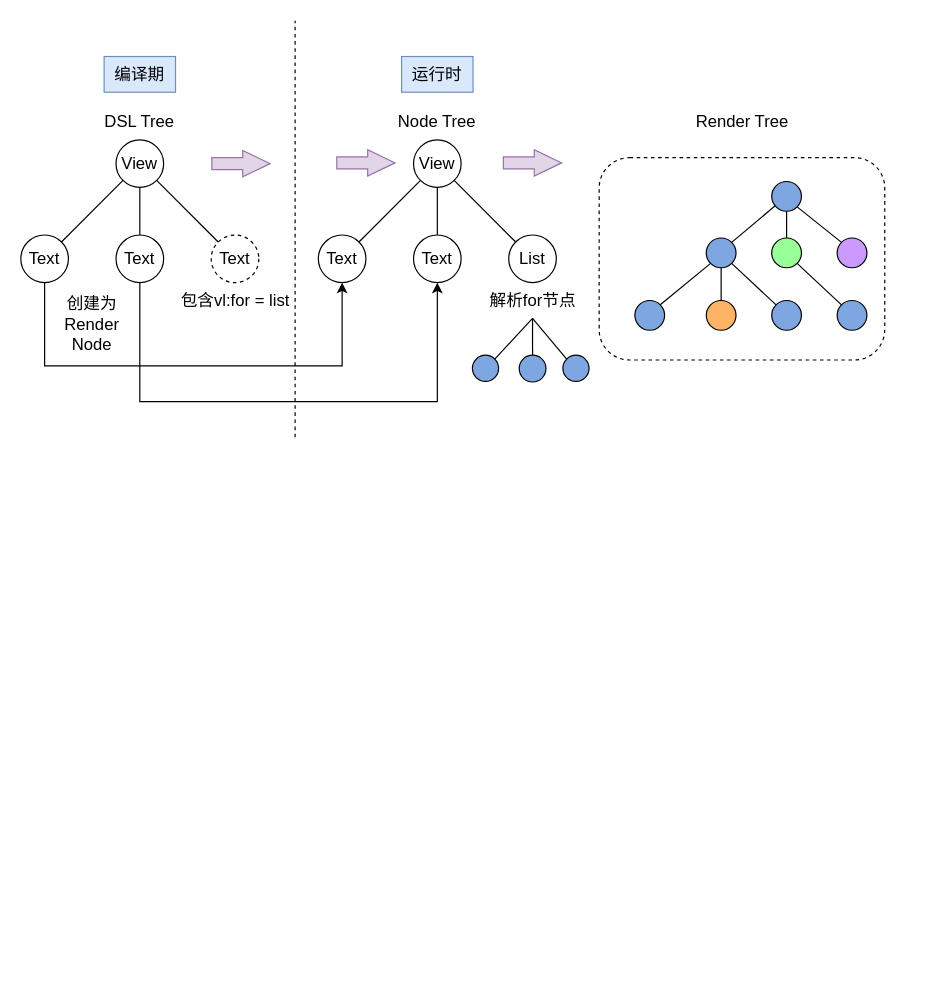
Earlier version of the draw.io diagram page "第 1 页" (1 of 2) of FS/未命名绘图.drawio (zqy0917/C_DR_Learn). Source tidied: cells renumbered, new cells numbered last; positions are measured from the earlier drawing's top-left corner, leaving out a move shared by most shapes. Both pictures are drawn from the tidied source at 119%, with x=0, y=0 at pixel (20, 20).
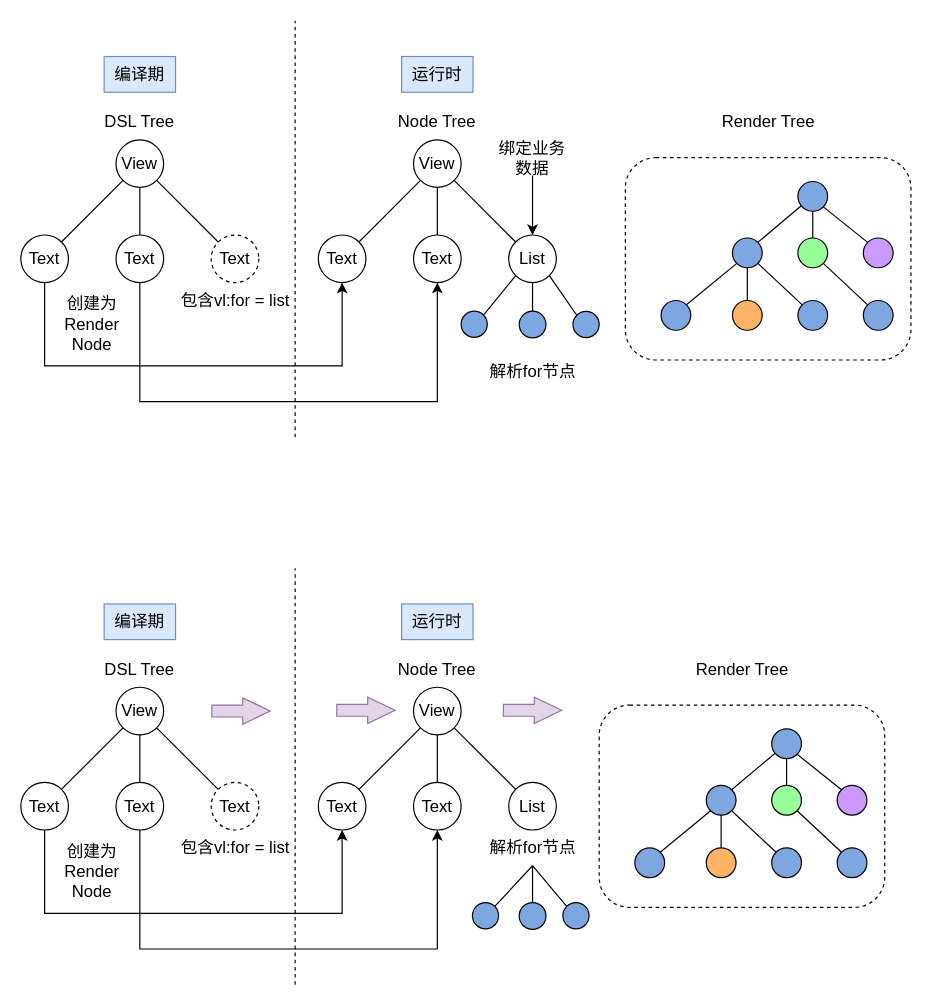
After the change.

Commit message (it also covers changes not shown here):
更新未命名绘图.drawio

Unchanged cells that the change refers to:
```xml
<mxCell id="29" value="List" style="ellipse;whiteSpace=wrap;html=1;fontSize=14;" parent="1" vertex="1">
  <mxGeometry x="410" y="180" width="40" height="40" as="geometry" />
</mxCell>
```

Change to the diagram source:
```diff
@@
     <mxCell id="2" style="rounded=1;whiteSpace=wrap;html=1;shadow=0;dashed=1;" parent="1" vertex="1">
-      <mxGeometry x="486" y="115" width="240" height="170" as="geometry" />
+      <mxGeometry x="508" y="115" width="240" height="170" as="geometry" />
     </mxCell>
@@
     <mxCell id="10" style="ellipse;whiteSpace=wrap;html=1;fillColor=#7EA6E0;" parent="1" vertex="1">
-      <mxGeometry x="631" y="135" width="25" height="25" as="geometry" />
+      <mxGeometry x="653" y="135" width="25" height="25" as="geometry" />
     </mxCell>
     <mxCell id="11" style="ellipse;whiteSpace=wrap;html=1;fillColor=#7EA6E0;" parent="1" vertex="1">
-      <mxGeometry x="576" y="182.5" width="25" height="25" as="geometry" />
+      <mxGeometry x="598" y="182.5" width="25" height="25" as="geometry" />
     </mxCell>
@@
     <mxCell id="13" style="ellipse;whiteSpace=wrap;html=1;fillColor=#99FF99;" parent="1" vertex="1">
-      <mxGeometry x="631" y="182.5" width="25" height="25" as="geometry" />
+      <mxGeometry x="653" y="182.5" width="25" height="25" as="geometry" />
     </mxCell>
     <mxCell id="14" style="ellipse;whiteSpace=wrap;html=1;fillColor=#CC99FF;" parent="1" vertex="1">
-      <mxGeometry x="686" y="182.5" width="25" height="25" as="geometry" />
+      <mxGeometry x="708" y="182.5" width="25" height="25" as="geometry" />
     </mxCell>
@@
     <mxCell id="17" style="ellipse;whiteSpace=wrap;html=1;fillColor=#7EA6E0;" parent="1" vertex="1">
-      <mxGeometry x="516" y="235" width="25" height="25" as="geometry" />
+      <mxGeometry x="538" y="235" width="25" height="25" as="geometry" />
     </mxCell>
     <mxCell id="18" style="ellipse;whiteSpace=wrap;html=1;fillColor=#FFB366;" parent="1" vertex="1">
-      <mxGeometry x="576" y="235" width="25" height="25" as="geometry" />
+      <mxGeometry x="598" y="235" width="25" height="25" as="geometry" />
     </mxCell>
     <mxCell id="19" style="ellipse;whiteSpace=wrap;html=1;fillColor=#7EA6E0;" parent="1" vertex="1">
-      <mxGeometry x="631" y="235" width="25" height="25" as="geometry" />
+      <mxGeometry x="653" y="235" width="25" height="25" as="geometry" />
     </mxCell>
     <mxCell id="20" style="ellipse;whiteSpace=wrap;html=1;fillColor=#7EA6E0;" parent="1" vertex="1">
-      <mxGeometry x="686" y="235" width="25" height="25" as="geometry" />
+      <mxGeometry x="708" y="235" width="25" height="25" as="geometry" />
     </mxCell>
@@
     <mxCell id="38" value="解析for节点" style="text;html=1;strokeColor=none;fillColor=none;align=center;verticalAlign=middle;whiteSpace=wrap;rounded=0;fontSize=14;" parent="1" vertex="1">
-      <mxGeometry x="379.5" y="220" width="101" height="30" as="geometry" />
+      <mxGeometry x="380" y="280" width="101" height="30" as="geometry" />
     </mxCell>
     <mxCell id="39" value="Render Tree" style="text;html=1;strokeColor=none;fillColor=none;align=center;verticalAlign=middle;whiteSpace=wrap;rounded=0;fontSize=14;" parent="1" vertex="1">
-      <mxGeometry x="563.5" y="70" width="85" height="30" as="geometry" />
+      <mxGeometry x="585.5" y="70" width="85" height="30" as="geometry" />
     </mxCell>
@@
-    <mxCell id="43" style="shape=flexArrow;endArrow=classic;html=1;rounded=0;fontSize=14;endWidth=11.11111111111111;endSize=7.344444444444445;fillColor=#e1d5e7;strokeColor=#9673a6;" parent="1" edge="1">
-      <mxGeometry relative="1" as="geometry">
-        <mxPoint x="160" y="120" as="sourcePoint" />
-        <mxPoint x="210" y="120" as="targetPoint" />
-      </mxGeometry>
-    </mxCell>
-    <mxCell id="44" style="shape=flexArrow;endArrow=classic;html=1;rounded=0;fontSize=14;endWidth=11.11111111111111;endSize=7.344444444444445;fillColor=#e1d5e7;strokeColor=#9673a6;" parent="1" edge="1">
-      <mxGeometry relative="1" as="geometry">
-        <mxPoint x="405" y="119.4" as="sourcePoint" />
-        <mxPoint x="455" y="119.4" as="targetPoint" />
-      </mxGeometry>
-    </mxCell>
-    <mxCell id="45" style="shape=flexArrow;endArrow=classic;html=1;rounded=0;fontSize=14;endWidth=11.11111111111111;endSize=7.344444444444445;fillColor=#e1d5e7;strokeColor=#9673a6;" parent="1" edge="1">
-      <mxGeometry relative="1" as="geometry">
-        <mxPoint x="265" y="119.4" as="sourcePoint" />
-        <mxPoint x="315" y="119.4" as="targetPoint" />
-      </mxGeometry>
-    </mxCell>
     <mxCell id="46" style="ellipse;whiteSpace=wrap;html=1;fillColor=#7EA6E0;" parent="1" vertex="1">
-      <mxGeometry x="418.8" y="281" width="22.5" height="22.5" as="geometry" />
+      <mxGeometry x="418.8" y="244" width="22.5" height="22.5" as="geometry" />
     </mxCell>
     <mxCell id="47" style="ellipse;whiteSpace=wrap;html=1;fillColor=#7EA6E0;" parent="1" vertex="1">
-      <mxGeometry x="379.5" y="281" width="22" height="22" as="geometry" />
+      <mxGeometry x="370" y="244" width="22" height="22" as="geometry" />
     </mxCell>
     <mxCell id="48" style="ellipse;whiteSpace=wrap;html=1;fillColor=#7EA6E0;" parent="1" vertex="1">
-      <mxGeometry x="455.5" y="281" width="22" height="22" as="geometry" />
+      <mxGeometry x="464" y="244.2" width="22" height="22" as="geometry" />
     </mxCell>
-    <mxCell id="49" style="endArrow=none;html=1;rounded=0;fontSize=14;exitX=1;exitY=0;exitDx=0;exitDy=0;" parent="1" edge="1" source="47">
-      <mxGeometry relative="1" as="geometry">
-        <mxPoint x="430" y="250" as="targetPoint" />
-      </mxGeometry>
+    <mxCell id="49" style="endArrow=none;html=1;rounded=0;fontSize=14;entryX=0;entryY=1;entryDx=0;entryDy=0;exitX=1;exitY=0;exitDx=0;exitDy=0;" parent="1" edge="1" source="47" target="29">
+      <mxGeometry relative="1" as="geometry" />
     </mxCell>
-    <mxCell id="50" style="endArrow=none;html=1;rounded=0;fontSize=14;exitX=0.5;exitY=0;exitDx=0;exitDy=0;entryX=0.5;entryY=1;entryDx=0;entryDy=0;" parent="1" edge="1" source="46" target="38">
+    <mxCell id="50" style="endArrow=none;html=1;rounded=0;fontSize=14;exitX=0.5;exitY=0;exitDx=0;exitDy=0;entryX=0.5;entryY=1;entryDx=0;entryDy=0;" parent="1" edge="1" source="46" target="29">
       <mxGeometry relative="1" as="geometry" />
     </mxCell>
-    <mxCell id="51" style="endArrow=none;html=1;rounded=0;fontSize=14;exitX=0;exitY=0;exitDx=0;exitDy=0;entryX=0.5;entryY=1;entryDx=0;entryDy=0;" parent="1" edge="1" source="48" target="38">
+    <mxCell id="51" style="endArrow=none;html=1;rounded=0;fontSize=14;exitX=0;exitY=0;exitDx=0;exitDy=0;entryX=1;entryY=1;entryDx=0;entryDy=0;" parent="1" edge="1" source="48" target="29">
       <mxGeometry relative="1" as="geometry" />
     </mxCell>
+    <mxCell id="52" style="rounded=1;whiteSpace=wrap;html=1;shadow=0;dashed=1;" parent="1" vertex="1">
+      <mxGeometry x="486" y="575" width="240" height="170" as="geometry" />
+    </mxCell>
+    <mxCell id="53" value="View" style="ellipse;whiteSpace=wrap;html=1;fontSize=14;" parent="1" vertex="1">
+      <mxGeometry x="80" y="560" width="40" height="40" as="geometry" />
+    </mxCell>
+    <mxCell id="54" value="Text" style="ellipse;whiteSpace=wrap;html=1;fontSize=14;" parent="1" vertex="1">
+      <mxGeometry y="640" width="40" height="40" as="geometry" />
+    </mxCell>
+    <mxCell id="55" style="endArrow=none;html=1;rounded=0;exitX=1;exitY=0;exitDx=0;exitDy=0;" parent="1" edge="1" source="54" target="53">
+      <mxGeometry relative="1" as="geometry" />
+    </mxCell>
+    <mxCell id="56" value="Text" style="ellipse;whiteSpace=wrap;html=1;fontSize=14;" parent="1" vertex="1">
+      <mxGeometry x="80" y="640" width="40" height="40" as="geometry" />
+    </mxCell>
+    <mxCell id="57" value="Text" style="ellipse;whiteSpace=wrap;html=1;fontSize=14;dashed=1;" parent="1" vertex="1">
+      <mxGeometry x="160" y="640" width="40" height="40" as="geometry" />
+    </mxCell>
+    <mxCell id="58" style="endArrow=none;html=1;rounded=0;entryX=0.5;entryY=1;entryDx=0;entryDy=0;" parent="1" edge="1" source="56" target="53">
+      <mxGeometry relative="1" as="geometry" />
+    </mxCell>
+    <mxCell id="59" style="endArrow=none;html=1;rounded=0;exitX=1;exitY=1;exitDx=0;exitDy=0;entryX=0;entryY=0;entryDx=0;entryDy=0;" parent="1" edge="1" source="53" target="57">
+      <mxGeometry relative="1" as="geometry" />
+    </mxCell>
+    <mxCell id="60" style="ellipse;whiteSpace=wrap;html=1;fillColor=#7EA6E0;" parent="1" vertex="1">
+      <mxGeometry x="631" y="595" width="25" height="25" as="geometry" />
+    </mxCell>
+    <mxCell id="61" style="ellipse;whiteSpace=wrap;html=1;fillColor=#7EA6E0;" parent="1" vertex="1">
+      <mxGeometry x="576" y="642.5" width="25" height="25" as="geometry" />
+    </mxCell>
+    <mxCell id="62" style="endArrow=none;html=1;rounded=0;exitX=1;exitY=0;exitDx=0;exitDy=0;" parent="1" edge="1" source="61" target="60">
+      <mxGeometry relative="1" as="geometry" />
+    </mxCell>
+    <mxCell id="63" style="ellipse;whiteSpace=wrap;html=1;fillColor=#99FF99;" parent="1" vertex="1">
+      <mxGeometry x="631" y="642.5" width="25" height="25" as="geometry" />
+    </mxCell>
+    <mxCell id="64" style="ellipse;whiteSpace=wrap;html=1;fillColor=#CC99FF;" parent="1" vertex="1">
+      <mxGeometry x="686" y="642.5" width="25" height="25" as="geometry" />
+    </mxCell>
+    <mxCell id="65" style="endArrow=none;html=1;rounded=0;entryX=0.5;entryY=1;entryDx=0;entryDy=0;" parent="1" edge="1" source="63" target="60">
+      <mxGeometry relative="1" as="geometry" />
+    </mxCell>
+    <mxCell id="66" style="endArrow=none;html=1;rounded=0;exitX=1;exitY=1;exitDx=0;exitDy=0;entryX=0;entryY=0;entryDx=0;entryDy=0;" parent="1" edge="1" source="60" target="64">
+      <mxGeometry relative="1" as="geometry" />
+    </mxCell>
+    <mxCell id="67" style="ellipse;whiteSpace=wrap;html=1;fillColor=#7EA6E0;" parent="1" vertex="1">
+      <mxGeometry x="516" y="695" width="25" height="25" as="geometry" />
+    </mxCell>
+    <mxCell id="68" style="ellipse;whiteSpace=wrap;html=1;fillColor=#FFB366;" parent="1" vertex="1">
+      <mxGeometry x="576" y="695" width="25" height="25" as="geometry" />
+    </mxCell>
+    <mxCell id="69" style="ellipse;whiteSpace=wrap;html=1;fillColor=#7EA6E0;" parent="1" vertex="1">
+      <mxGeometry x="631" y="695" width="25" height="25" as="geometry" />
+    </mxCell>
+    <mxCell id="70" style="ellipse;whiteSpace=wrap;html=1;fillColor=#7EA6E0;" parent="1" vertex="1">
+      <mxGeometry x="686" y="695" width="25" height="25" as="geometry" />
+    </mxCell>
+    <mxCell id="71" style="endArrow=none;html=1;rounded=0;exitX=1;exitY=0;exitDx=0;exitDy=0;entryX=0;entryY=1;entryDx=0;entryDy=0;" parent="1" edge="1" source="67" target="61">
+      <mxGeometry relative="1" as="geometry" />
+    </mxCell>
+    <mxCell id="72" style="endArrow=none;html=1;rounded=0;entryX=0.5;entryY=1;entryDx=0;entryDy=0;exitX=0.5;exitY=0;exitDx=0;exitDy=0;" parent="1" edge="1" source="68" target="61">
+      <mxGeometry relative="1" as="geometry" />
+    </mxCell>
+    <mxCell id="73" style="endArrow=none;html=1;rounded=0;exitX=1;exitY=1;exitDx=0;exitDy=0;entryX=0;entryY=0;entryDx=0;entryDy=0;" parent="1" edge="1" source="61" target="69">
+      <mxGeometry relative="1" as="geometry" />
+    </mxCell>
+    <mxCell id="74" style="endArrow=none;html=1;rounded=0;entryX=1;entryY=1;entryDx=0;entryDy=0;exitX=0;exitY=0;exitDx=0;exitDy=0;" parent="1" edge="1" source="70" target="63">
+      <mxGeometry relative="1" as="geometry" />
+    </mxCell>
+    <mxCell id="75" value="View" style="ellipse;whiteSpace=wrap;html=1;fontSize=14;" parent="1" vertex="1">
+      <mxGeometry x="330" y="560" width="40" height="40" as="geometry" />
+    </mxCell>
+    <mxCell id="76" value="Text" style="ellipse;whiteSpace=wrap;html=1;fontSize=14;" parent="1" vertex="1">
+      <mxGeometry x="250" y="640" width="40" height="40" as="geometry" />
+    </mxCell>
+    <mxCell id="77" style="endArrow=none;html=1;rounded=0;exitX=1;exitY=0;exitDx=0;exitDy=0;" parent="1" edge="1" source="76" target="75">
+      <mxGeometry relative="1" as="geometry" />
+    </mxCell>
+    <mxCell id="78" value="Text" style="ellipse;whiteSpace=wrap;html=1;fontSize=14;" parent="1" vertex="1">
+      <mxGeometry x="330" y="640" width="40" height="40" as="geometry" />
+    </mxCell>
+    <mxCell id="79" value="List" style="ellipse;whiteSpace=wrap;html=1;fontSize=14;" parent="1" vertex="1">
+      <mxGeometry x="410" y="640" width="40" height="40" as="geometry" />
+    </mxCell>
+    <mxCell id="80" style="endArrow=none;html=1;rounded=0;entryX=0.5;entryY=1;entryDx=0;entryDy=0;" parent="1" edge="1" source="78" target="75">
+      <mxGeometry relative="1" as="geometry" />
+    </mxCell>
+    <mxCell id="81" style="endArrow=none;html=1;rounded=0;exitX=1;exitY=1;exitDx=0;exitDy=0;entryX=0;entryY=0;entryDx=0;entryDy=0;" parent="1" edge="1" source="75" target="79">
+      <mxGeometry relative="1" as="geometry" />
+    </mxCell>
+    <mxCell id="82" style="endArrow=classic;html=1;rounded=0;fontSize=14;exitX=0.5;exitY=1;exitDx=0;exitDy=0;entryX=0.5;entryY=1;entryDx=0;entryDy=0;" parent="1" edge="1" source="56" target="78">
+      <mxGeometry relative="1" as="geometry">
+        <Array as="points">
+          <mxPoint x="100" y="780" />
+          <mxPoint x="210" y="780" />
+          <mxPoint x="320" y="780" />
+          <mxPoint x="350" y="780" />
+        </Array>
+      </mxGeometry>
+    </mxCell>
+    <mxCell id="83" style="endArrow=classic;html=1;rounded=0;fontSize=14;exitX=0.5;exitY=1;exitDx=0;exitDy=0;entryX=0.5;entryY=1;entryDx=0;entryDy=0;" parent="1" edge="1" source="54" target="76">
+      <mxGeometry relative="1" as="geometry">
+        <Array as="points">
+          <mxPoint x="20" y="750" />
+          <mxPoint x="130" y="750" />
+          <mxPoint x="240" y="750" />
+          <mxPoint x="270" y="750" />
+        </Array>
+      </mxGeometry>
+    </mxCell>
+    <mxCell id="84" value="创建为Render Node" style="text;html=1;strokeColor=none;fillColor=none;align=center;verticalAlign=middle;whiteSpace=wrap;rounded=0;fontSize=14;" parent="1" vertex="1">
+      <mxGeometry x="30" y="700" width="60" height="30" as="geometry" />
+    </mxCell>
+    <mxCell id="85" value="包含vl:for = list" style="text;html=1;strokeColor=none;fillColor=none;align=center;verticalAlign=middle;whiteSpace=wrap;rounded=0;fontSize=14;" parent="1" vertex="1">
+      <mxGeometry x="129.5" y="680" width="101" height="30" as="geometry" />
+    </mxCell>
+    <mxCell id="86" value="DSL Tree" style="text;html=1;strokeColor=none;fillColor=none;align=center;verticalAlign=middle;whiteSpace=wrap;rounded=0;fontSize=14;" parent="1" vertex="1">
+      <mxGeometry x="60" y="530" width="80" height="30" as="geometry" />
+    </mxCell>
+    <mxCell id="87" value="Node Tree" style="text;html=1;strokeColor=none;fillColor=none;align=center;verticalAlign=middle;whiteSpace=wrap;rounded=0;fontSize=14;" parent="1" vertex="1">
+      <mxGeometry x="315" y="530" width="70" height="30" as="geometry" />
+    </mxCell>
+    <mxCell id="88" value="解析for节点" style="text;html=1;strokeColor=none;fillColor=none;align=center;verticalAlign=middle;whiteSpace=wrap;rounded=0;fontSize=14;" parent="1" vertex="1">
+      <mxGeometry x="379.5" y="680" width="101" height="30" as="geometry" />
+    </mxCell>
+    <mxCell id="89" value="Render Tree" style="text;html=1;strokeColor=none;fillColor=none;align=center;verticalAlign=middle;whiteSpace=wrap;rounded=0;fontSize=14;" parent="1" vertex="1">
+      <mxGeometry x="563.5" y="530" width="85" height="30" as="geometry" />
+    </mxCell>
+    <mxCell id="90" style="endArrow=none;dashed=1;html=1;rounded=0;fontSize=14;" parent="1" edge="1">
+      <mxGeometry relative="1" as="geometry">
+        <mxPoint x="230.5" y="810" as="sourcePoint" />
+        <mxPoint x="230.5" y="460" as="targetPoint" />
+      </mxGeometry>
+    </mxCell>
+    <mxCell id="91" value="编译期" style="text;html=1;strokeColor=#6c8ebf;fillColor=#dae8fc;align=center;verticalAlign=middle;whiteSpace=wrap;rounded=0;fontSize=14;" parent="1" vertex="1">
+      <mxGeometry x="70" y="490" width="60" height="30" as="geometry" />
+    </mxCell>
+    <mxCell id="92" value="运行时" style="text;html=1;strokeColor=#6c8ebf;fillColor=#dae8fc;align=center;verticalAlign=middle;whiteSpace=wrap;rounded=0;fontSize=14;" parent="1" vertex="1">
+      <mxGeometry x="320" y="490" width="60" height="30" as="geometry" />
+    </mxCell>
+    <mxCell id="93" style="shape=flexArrow;endArrow=classic;html=1;rounded=0;fontSize=14;endWidth=11.11111111111111;endSize=7.344444444444445;fillColor=#e1d5e7;strokeColor=#9673a6;" parent="1" edge="1">
+      <mxGeometry relative="1" as="geometry">
+        <mxPoint x="160" y="580" as="sourcePoint" />
+        <mxPoint x="210" y="580" as="targetPoint" />
+      </mxGeometry>
+    </mxCell>
+    <mxCell id="94" style="shape=flexArrow;endArrow=classic;html=1;rounded=0;fontSize=14;endWidth=11.11111111111111;endSize=7.344444444444445;fillColor=#e1d5e7;strokeColor=#9673a6;" parent="1" edge="1">
+      <mxGeometry relative="1" as="geometry">
+        <mxPoint x="405" y="579.4" as="sourcePoint" />
+        <mxPoint x="455" y="579.4" as="targetPoint" />
+      </mxGeometry>
+    </mxCell>
+    <mxCell id="95" style="shape=flexArrow;endArrow=classic;html=1;rounded=0;fontSize=14;endWidth=11.11111111111111;endSize=7.344444444444445;fillColor=#e1d5e7;strokeColor=#9673a6;" parent="1" edge="1">
+      <mxGeometry relative="1" as="geometry">
+        <mxPoint x="265" y="579.4" as="sourcePoint" />
+        <mxPoint x="315" y="579.4" as="targetPoint" />
+      </mxGeometry>
+    </mxCell>
+    <mxCell id="96" style="ellipse;whiteSpace=wrap;html=1;fillColor=#7EA6E0;" parent="1" vertex="1">
+      <mxGeometry x="418.8" y="741" width="22.5" height="22.5" as="geometry" />
+    </mxCell>
+    <mxCell id="97" style="ellipse;whiteSpace=wrap;html=1;fillColor=#7EA6E0;" parent="1" vertex="1">
+      <mxGeometry x="379.5" y="741" width="22" height="22" as="geometry" />
+    </mxCell>
+    <mxCell id="98" style="ellipse;whiteSpace=wrap;html=1;fillColor=#7EA6E0;" parent="1" vertex="1">
+      <mxGeometry x="455.5" y="741" width="22" height="22" as="geometry" />
+    </mxCell>
+    <mxCell id="99" style="endArrow=none;html=1;rounded=0;fontSize=14;exitX=1;exitY=0;exitDx=0;exitDy=0;" parent="1" edge="1" source="97">
+      <mxGeometry relative="1" as="geometry">
+        <mxPoint x="430" y="710" as="targetPoint" />
+      </mxGeometry>
+    </mxCell>
+    <mxCell id="100" style="endArrow=none;html=1;rounded=0;fontSize=14;exitX=0.5;exitY=0;exitDx=0;exitDy=0;entryX=0.5;entryY=1;entryDx=0;entryDy=0;" parent="1" edge="1" source="96" target="88">
+      <mxGeometry relative="1" as="geometry" />
+    </mxCell>
+    <mxCell id="101" style="endArrow=none;html=1;rounded=0;fontSize=14;exitX=0;exitY=0;exitDx=0;exitDy=0;entryX=0.5;entryY=1;entryDx=0;entryDy=0;" parent="1" edge="1" source="98" target="88">
+      <mxGeometry relative="1" as="geometry" />
+    </mxCell>
+    <mxCell id="102" value="绑定业务数据" style="text;html=1;strokeColor=none;fillColor=none;align=center;verticalAlign=middle;whiteSpace=wrap;rounded=0;fontSize=14;" parent="1" vertex="1">
+      <mxGeometry x="400" y="100" width="60" height="30" as="geometry" />
+    </mxCell>
+    <mxCell id="103" style="endArrow=classic;html=1;rounded=0;fontSize=14;entryX=0.5;entryY=0;entryDx=0;entryDy=0;exitX=0.5;exitY=1;exitDx=0;exitDy=0;" parent="1" edge="1" source="102" target="29">
+      <mxGeometry relative="1" as="geometry" />
+    </mxCell>
```
